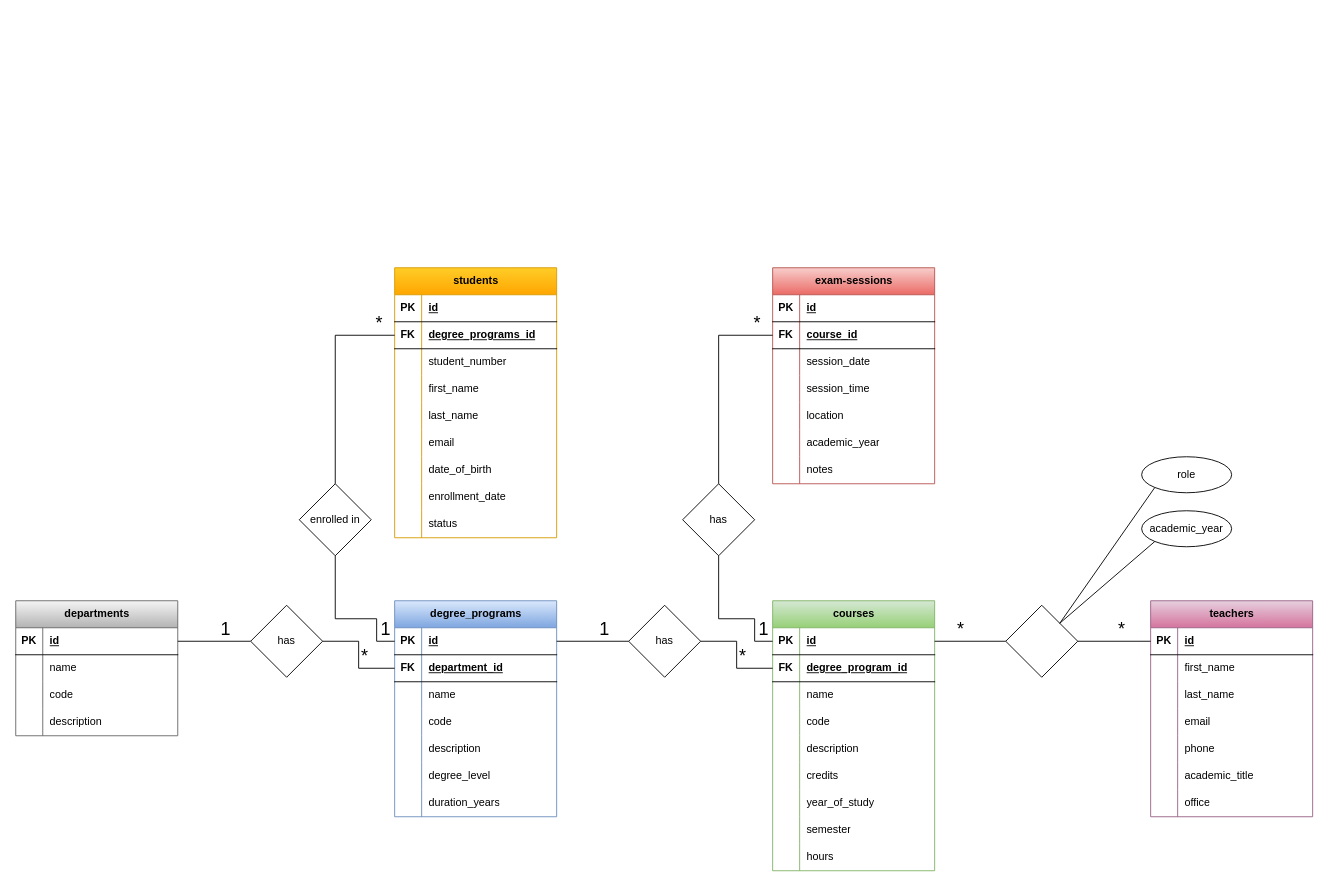
Before: db-university.drawio in giovannimazzi/db-university, a draw.io diagram. Source tidied: cells renumbered, new cells numbered last; positions are measured from the earlier drawing's top-left corner, leaving out a move shared by most shapes. Both pictures are drawn from the tidied source at 90%, with x=0, y=0 at pixel (15, 267).
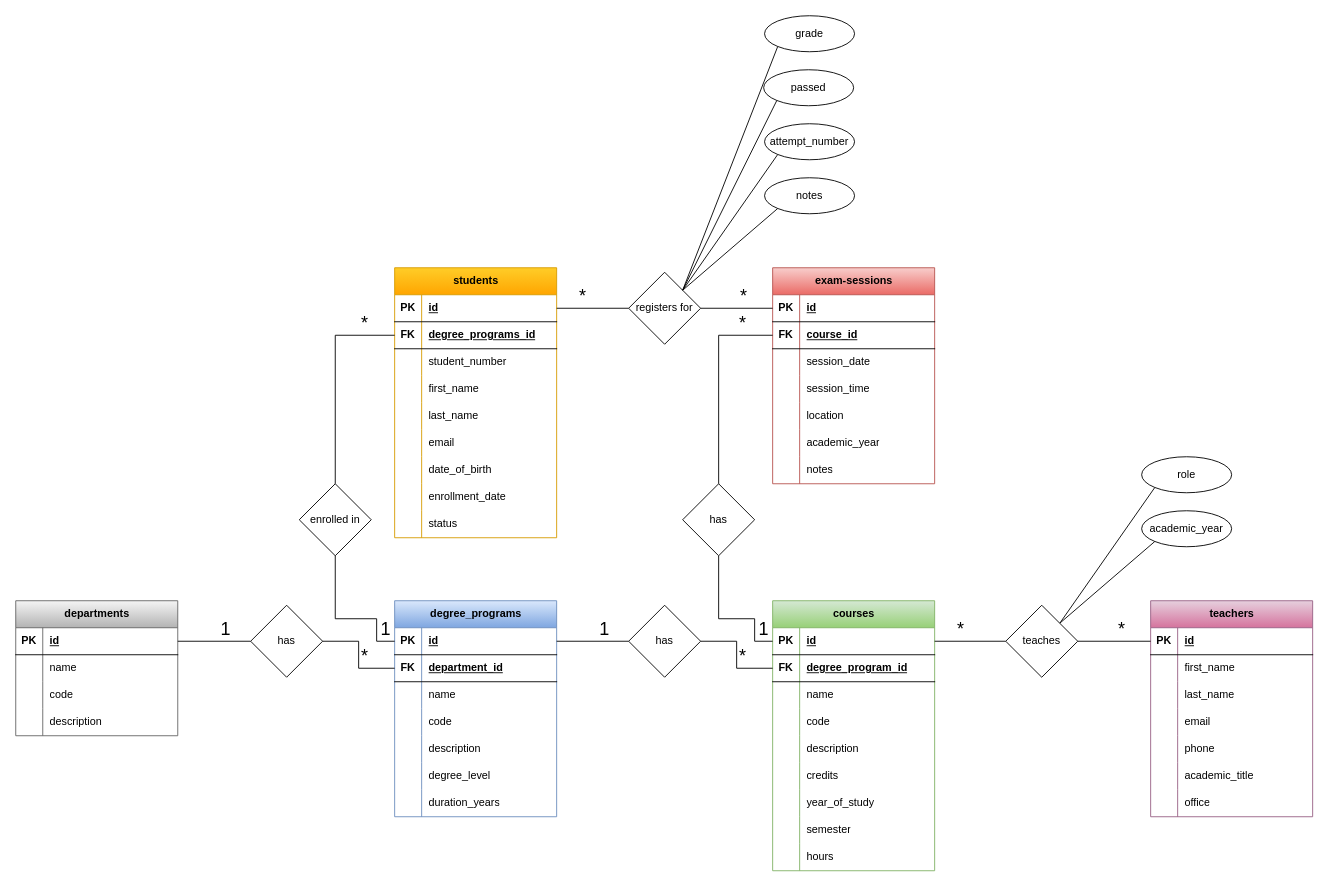
Above is the later version.

The change refers to these unchanged cells:
```xml
<mxCell id="44" style="shape=tableRow;horizontal=0;startSize=0;swimlaneHead=0;swimlaneBody=0;fillColor=none;points=[[0,0.5],[1,0.5]];portConstraint=eastwest;top=0;left=0;right=0;bottom=1;" parent="43" vertex="1">
  <mxGeometry y="30" width="180" height="30" as="geometry" />
</mxCell>
<mxCell id="80" style="shape=tableRow;horizontal=0;startSize=0;swimlaneHead=0;swimlaneBody=0;fillColor=none;points=[[0,0.5],[1,0.5]];portConstraint=eastwest;top=0;left=0;right=0;bottom=1;" parent="79" vertex="1">
  <mxGeometry y="30" width="180" height="30" as="geometry" />
</mxCell>
<mxCell id="110" style="shape=tableRow;horizontal=0;startSize=0;swimlaneHead=0;swimlaneBody=0;fillColor=none;points=[[0,0.5],[1,0.5]];portConstraint=eastwest;top=0;left=0;right=0;bottom=1;" parent="109" vertex="1">
  <mxGeometry y="30" width="180" height="30" as="geometry" />
</mxCell>
<mxCell id="132" style="shape=tableRow;horizontal=0;startSize=0;swimlaneHead=0;swimlaneBody=0;fillColor=none;points=[[0,0.5],[1,0.5]];portConstraint=eastwest;top=0;left=0;right=0;bottom=1;" parent="131" vertex="1">
  <mxGeometry y="30" width="180" height="30" as="geometry" />
</mxCell>
<mxCell id="162" style="endArrow=none;html=1;rounded=0;entryX=0;entryY=0.5;entryDx=0;entryDy=0;edgeStyle=orthogonalEdgeStyle;exitX=0.5;exitY=0;exitDx=0;exitDy=0;" parent="159" edge="1" source="161" target="113">
  <mxGeometry relative="1" as="geometry" />
</mxCell>
<mxCell id="169" style="endArrow=none;html=1;rounded=0;entryX=0;entryY=0.5;entryDx=0;entryDy=0;edgeStyle=orthogonalEdgeStyle;exitX=0.5;exitY=0;exitDx=0;exitDy=0;" parent="1" edge="1" source="168" target="135">
  <mxGeometry relative="1" as="geometry" />
</mxCell>
```

The edit, as a diff of the source:
```diff
@@
-    <mxCell id="71" style="group;" parent="1" vertex="1">
-      <mxGeometry x="681" y="375" width="110" height="80" as="geometry" />
-    </mxCell>
-    <mxCell id="72" value="has" style="rhombus;whiteSpace=wrap;html=1;" parent="71" vertex="1">
-      <mxGeometry width="80" height="80" as="geometry" />
-    </mxCell>
-    <mxCell id="73" style="group;" parent="71" vertex="1">
-      <mxGeometry x="419" width="80" height="80" as="geometry" />
-    </mxCell>
-    <mxCell id="74" style="rhombus;whiteSpace=wrap;html=1;" parent="73" vertex="1">
-      <mxGeometry width="80" height="80" as="geometry" />
-    </mxCell>
@@
-    <mxCell id="101" style="endArrow=none;html=1;rounded=0;exitX=0;exitY=0.5;exitDx=0;exitDy=0;entryX=1;entryY=0.5;entryDx=0;entryDy=0;edgeStyle=orthogonalEdgeStyle;" parent="1" edge="1" source="74" target="44">
-      <mxGeometry relative="1" as="geometry" />
-    </mxCell>
-    <mxCell id="102" value="*" style="html=1;whiteSpace=wrap;align=right;verticalAlign=bottom;fontSize=20;" parent="101" vertex="1">
-      <mxGeometry x="1" relative="1" as="geometry">
-        <mxPoint x="34" as="offset" />
-      </mxGeometry>
-    </mxCell>
-    <mxCell id="103" style="endArrow=none;html=1;rounded=0;exitX=1;exitY=0.5;exitDx=0;exitDy=0;entryX=0;entryY=0.5;entryDx=0;entryDy=0;edgeStyle=orthogonalEdgeStyle;" parent="1" edge="1" source="74" target="80">
-      <mxGeometry relative="1" as="geometry" />
-    </mxCell>
-    <mxCell id="104" value="*" style="html=1;whiteSpace=wrap;align=right;verticalAlign=bottom;fontSize=20;" parent="103" vertex="1">
-      <mxGeometry x="1" relative="1" as="geometry">
-        <mxPoint x="-27" as="offset" />
-      </mxGeometry>
-    </mxCell>
-    <mxCell id="105" value="role" style="ellipse;whiteSpace=wrap;html=1;align=center;" parent="1" vertex="1">
-      <mxGeometry x="1251" y="210" width="100" height="40" as="geometry" />
-    </mxCell>
-    <mxCell id="106" style="endArrow=none;html=1;rounded=0;entryX=0;entryY=1;entryDx=0;entryDy=0;exitX=1;exitY=0;exitDx=0;exitDy=0;" parent="1" edge="1" source="74" target="105">
-      <mxGeometry relative="1" as="geometry" />
-    </mxCell>
-    <mxCell id="107" value="academic_year" style="ellipse;whiteSpace=wrap;html=1;align=center;" parent="1" vertex="1">
-      <mxGeometry x="1251" y="270" width="100" height="40" as="geometry" />
-    </mxCell>
-    <mxCell id="108" style="endArrow=none;html=1;rounded=0;entryX=0;entryY=1;entryDx=0;entryDy=0;exitX=1;exitY=0;exitDx=0;exitDy=0;" parent="1" edge="1" source="74" target="107">
-      <mxGeometry relative="1" as="geometry" />
-    </mxCell>
@@
     <mxCell id="163" value="*" style="html=1;whiteSpace=wrap;align=right;verticalAlign=bottom;fontSize=20;" parent="162" vertex="1">
       <mxGeometry x="1" relative="1" as="geometry">
-        <mxPoint x="-12" as="offset" />
+        <mxPoint x="-28" as="offset" />
       </mxGeometry>
     </mxCell>
@@
     <mxCell id="170" value="*" style="html=1;whiteSpace=wrap;align=right;verticalAlign=bottom;fontSize=20;" parent="169" vertex="1">
       <mxGeometry x="1" relative="1" as="geometry">
-        <mxPoint x="-12" as="offset" />
+        <mxPoint x="-28" as="offset" />
       </mxGeometry>
     </mxCell>
@@
+    <mxCell id="72" value="has" style="rhombus;whiteSpace=wrap;html=1;" parent="1" vertex="1">
+      <mxGeometry x="681" y="375" width="80" height="80" as="geometry" />
+    </mxCell>
+    <mxCell id="173" style="group;" parent="1" vertex="1">
+      <mxGeometry x="1100" y="210" width="251" height="245" as="geometry" />
+    </mxCell>
+    <mxCell id="101" style="endArrow=none;html=1;rounded=0;exitX=0;exitY=0.5;exitDx=0;exitDy=0;entryX=1;entryY=0.5;entryDx=0;entryDy=0;edgeStyle=orthogonalEdgeStyle;" parent="173" edge="1" source="74" target="44">
+      <mxGeometry relative="1" as="geometry" />
+    </mxCell>
+    <mxCell id="102" value="*" style="html=1;whiteSpace=wrap;align=right;verticalAlign=bottom;fontSize=20;" parent="101" vertex="1">
+      <mxGeometry x="1" relative="1" as="geometry">
+        <mxPoint x="34" as="offset" />
+      </mxGeometry>
+    </mxCell>
+    <mxCell id="103" style="endArrow=none;html=1;rounded=0;exitX=1;exitY=0.5;exitDx=0;exitDy=0;entryX=0;entryY=0.5;entryDx=0;entryDy=0;edgeStyle=orthogonalEdgeStyle;" parent="173" edge="1" source="74" target="80">
+      <mxGeometry relative="1" as="geometry" />
+    </mxCell>
+    <mxCell id="104" value="*" style="html=1;whiteSpace=wrap;align=right;verticalAlign=bottom;fontSize=20;" parent="103" vertex="1">
+      <mxGeometry x="1" relative="1" as="geometry">
+        <mxPoint x="-27" as="offset" />
+      </mxGeometry>
+    </mxCell>
+    <mxCell id="105" value="role" style="ellipse;whiteSpace=wrap;html=1;align=center;" parent="173" vertex="1">
+      <mxGeometry x="151" width="100" height="40" as="geometry" />
+    </mxCell>
+    <mxCell id="106" style="endArrow=none;html=1;rounded=0;entryX=0;entryY=1;entryDx=0;entryDy=0;exitX=1;exitY=0;exitDx=0;exitDy=0;" parent="173" edge="1" source="74" target="105">
+      <mxGeometry relative="1" as="geometry" />
+    </mxCell>
+    <mxCell id="107" value="academic_year" style="ellipse;whiteSpace=wrap;html=1;align=center;" parent="173" vertex="1">
+      <mxGeometry x="151" y="60" width="100" height="40" as="geometry" />
+    </mxCell>
+    <mxCell id="108" style="endArrow=none;html=1;rounded=0;entryX=0;entryY=1;entryDx=0;entryDy=0;exitX=1;exitY=0;exitDx=0;exitDy=0;" parent="173" edge="1" source="74" target="107">
+      <mxGeometry relative="1" as="geometry" />
+    </mxCell>
+    <mxCell id="73" style="group;" parent="173" vertex="1">
+      <mxGeometry y="165" width="80" height="80" as="geometry" />
+    </mxCell>
+    <mxCell id="74" value="teaches" style="rhombus;whiteSpace=wrap;html=1;" parent="73" vertex="1">
+      <mxGeometry width="80" height="80" as="geometry" />
+    </mxCell>
+    <mxCell id="174" style="endArrow=none;html=1;rounded=0;exitX=0;exitY=0.5;exitDx=0;exitDy=0;entryX=1;entryY=0.5;entryDx=0;entryDy=0;edgeStyle=orthogonalEdgeStyle;" parent="1" edge="1" source="183" target="132">
+      <mxGeometry relative="1" as="geometry" />
+    </mxCell>
+    <mxCell id="175" value="*" style="html=1;whiteSpace=wrap;align=right;verticalAlign=bottom;fontSize=20;" parent="174" vertex="1">
+      <mxGeometry x="1" relative="1" as="geometry">
+        <mxPoint x="34" as="offset" />
+      </mxGeometry>
+    </mxCell>
+    <mxCell id="176" style="endArrow=none;html=1;rounded=0;exitX=1;exitY=0.5;exitDx=0;exitDy=0;entryX=0;entryY=0.5;entryDx=0;entryDy=0;edgeStyle=orthogonalEdgeStyle;" parent="1" edge="1" source="183" target="110">
+      <mxGeometry relative="1" as="geometry" />
+    </mxCell>
+    <mxCell id="177" value="*" style="html=1;whiteSpace=wrap;align=right;verticalAlign=bottom;fontSize=20;" parent="176" vertex="1">
+      <mxGeometry x="1" relative="1" as="geometry">
+        <mxPoint x="-27" as="offset" />
+      </mxGeometry>
+    </mxCell>
+    <mxCell id="178" value="attempt_number" style="ellipse;whiteSpace=wrap;html=1;align=center;" parent="1" vertex="1">
+      <mxGeometry x="832" y="-160" width="100" height="40" as="geometry" />
+    </mxCell>
+    <mxCell id="179" style="endArrow=none;html=1;rounded=0;entryX=0;entryY=1;entryDx=0;entryDy=0;exitX=1;exitY=0;exitDx=0;exitDy=0;" parent="1" edge="1" source="183" target="178">
+      <mxGeometry relative="1" as="geometry" />
+    </mxCell>
+    <mxCell id="180" value="notes" style="ellipse;whiteSpace=wrap;html=1;align=center;" parent="1" vertex="1">
+      <mxGeometry x="832" y="-100" width="100" height="40" as="geometry" />
+    </mxCell>
+    <mxCell id="181" style="endArrow=none;html=1;rounded=0;entryX=0;entryY=1;entryDx=0;entryDy=0;exitX=1;exitY=0;exitDx=0;exitDy=0;" parent="1" edge="1" source="183" target="180">
+      <mxGeometry relative="1" as="geometry" />
+    </mxCell>
+    <mxCell id="182" style="group;" parent="1" vertex="1">
+      <mxGeometry x="681" y="5" width="80" height="80" as="geometry" />
+    </mxCell>
+    <mxCell id="183" value="registers for" style="rhombus;whiteSpace=wrap;html=1;" parent="182" vertex="1">
+      <mxGeometry width="80" height="80" as="geometry" />
+    </mxCell>
+    <mxCell id="184" value="passed" style="ellipse;whiteSpace=wrap;html=1;align=center;" parent="1" vertex="1">
+      <mxGeometry x="831" y="-220" width="100" height="40" as="geometry" />
+    </mxCell>
+    <mxCell id="185" value="grade" style="ellipse;whiteSpace=wrap;html=1;align=center;" parent="1" vertex="1">
+      <mxGeometry x="832" y="-280" width="100" height="40" as="geometry" />
+    </mxCell>
+    <mxCell id="186" style="endArrow=none;html=1;rounded=0;entryX=0;entryY=1;entryDx=0;entryDy=0;exitX=1;exitY=0;exitDx=0;exitDy=0;" parent="1" edge="1" source="183" target="184">
+      <mxGeometry relative="1" as="geometry" />
+    </mxCell>
+    <mxCell id="187" style="endArrow=none;html=1;rounded=0;entryX=0;entryY=1;entryDx=0;entryDy=0;exitX=1;exitY=0;exitDx=0;exitDy=0;" parent="1" edge="1" source="183" target="185">
+      <mxGeometry relative="1" as="geometry" />
+    </mxCell>
```
